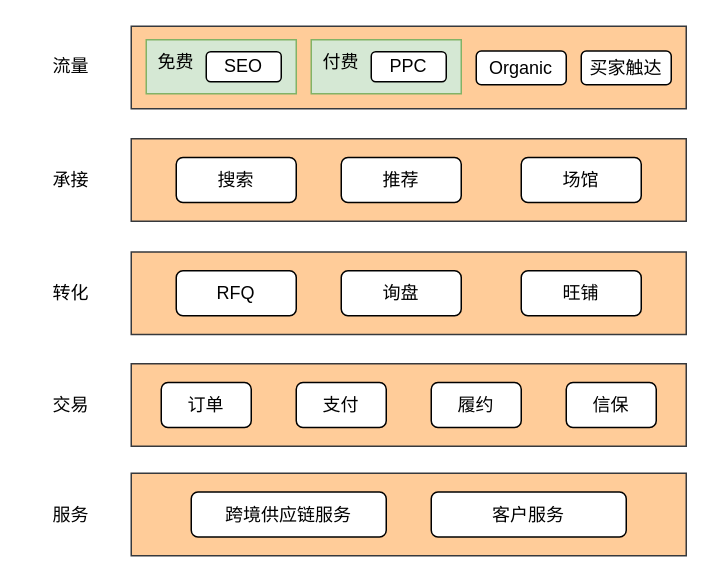
kdoclg/git_study keeps this draw.io diagram as ICBU业务.drawio. Above is the earlier version. Source tidied: cells renumbered, new cells numbered last; positions are measured from the earlier drawing's top-left corner, leaving out a move shared by most shapes. Both pictures are drawn from the tidied source at 150%, with x=0, y=0 at pixel (26, 26).
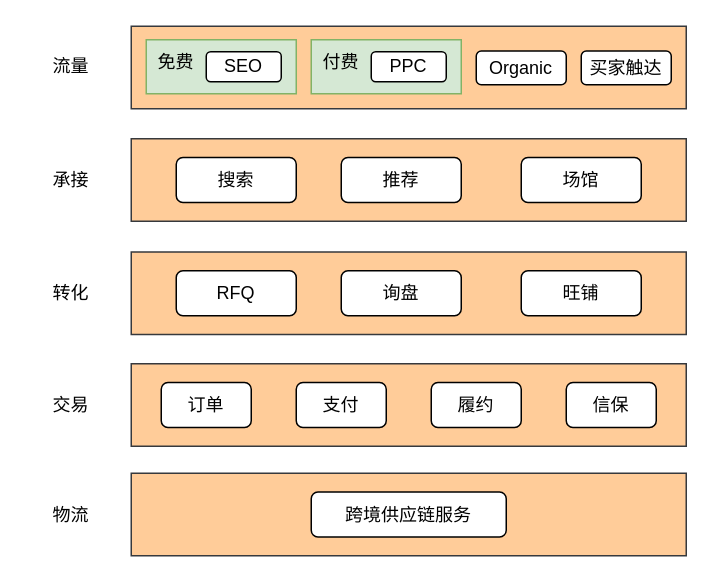
The same diagram, later.

What changed in the source:
```diff
@@
-    <mxCell id="28" value="服务" style="text;html=1;strokeColor=none;fillColor=none;align=center;verticalAlign=middle;whiteSpace=wrap;rounded=0;" parent="1" vertex="1">
+    <mxCell id="28" value="物流" style="text;html=1;strokeColor=none;fillColor=none;align=center;verticalAlign=middle;whiteSpace=wrap;rounded=0;" parent="1" vertex="1">
       <mxGeometry y="310.5" width="60" height="30" as="geometry" />
     </mxCell>
@@
     <mxCell id="30" value="跨境供应链服务" style="rounded=1;whiteSpace=wrap;html=1;" parent="1" vertex="1">
-      <mxGeometry x="110" y="310.5" width="130" height="30" as="geometry" />
+      <mxGeometry x="190" y="310.5" width="130" height="30" as="geometry" />
     </mxCell>
-    <mxCell id="31" value="客户服务" style="rounded=1;whiteSpace=wrap;html=1;" parent="1" vertex="1">
-      <mxGeometry x="270" y="310.5" width="130" height="30" as="geometry" />
-    </mxCell>
```
